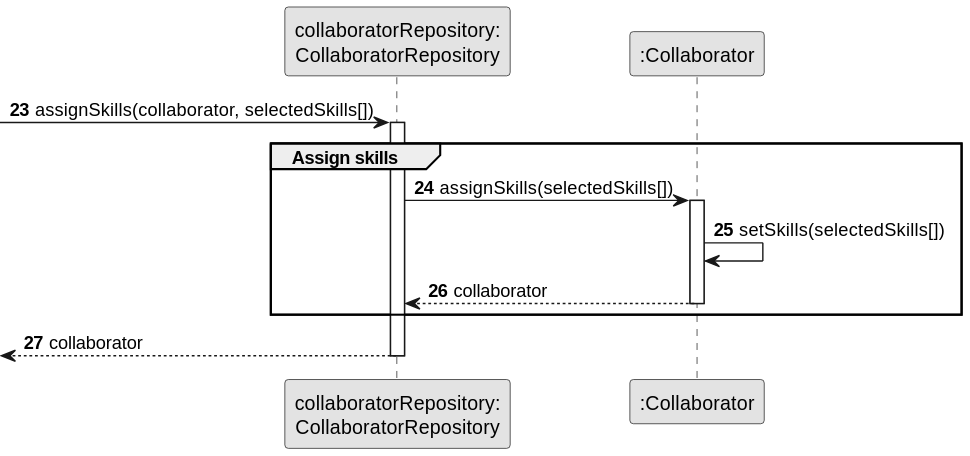
ricardomm7/leaflink keeps this PlantUML diagram as docs/sprintB/us004/03.design/svg/us004-sequence-diagram-partial-assign-skill.svg. Above is the earlier version. Its diagram source:
```plantuml
@startuml
skinparam monochrome true
skinparam packageStyle rectangle
skinparam shadowing false

autonumber 23

participant "collaboratorRepository:\nCollaboratorRepository" as CLBREP
participant ":Collaborator" as CLB

-> CLBREP : assignSkills(collaborator, selectedSkills[])
activate CLBREP
group Assign skills
CLBREP -> CLB : assignSkills(selectedSkills[])
activate CLB
CLB -> CLB : setSkills(selectedSkills[])
CLB --> CLBREP : collaborator
deactivate CLB
end
<-- CLBREP : collaborator
deactivate CLBREP
@enduml
```
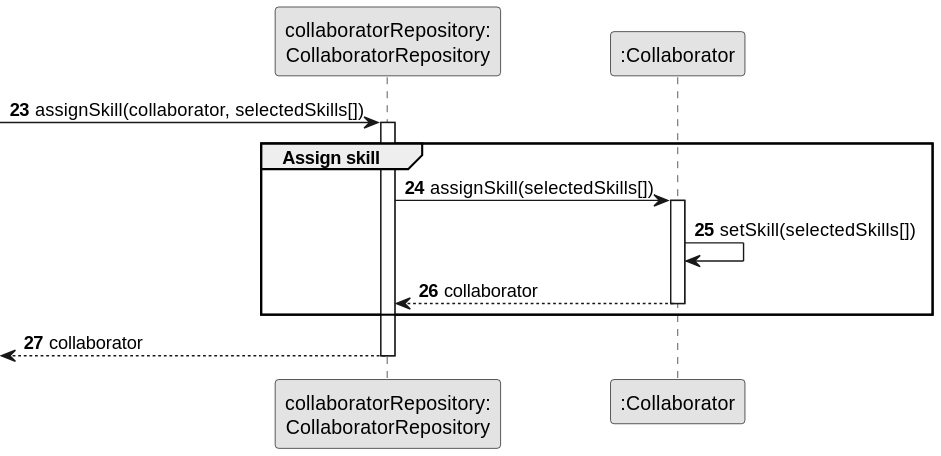
After the commit.

The edit, as a diff of the source:
```diff
@@ -8,12 +8,12 @@
 participant "collaboratorRepository:\nCollaboratorRepository" as CLBREP
 participant ":Collaborator" as CLB
 
--> CLBREP : assignSkills(collaborator, selectedSkills[])
+-> CLBREP : assignSkill(collaborator, selectedSkills[])
 activate CLBREP
-group Assign skills
-CLBREP -> CLB : assignSkills(selectedSkills[])
+group Assign skill
+CLBREP -> CLB : assignSkill(selectedSkills[])
 activate CLB
-CLB -> CLB : setSkills(selectedSkills[])
+CLB -> CLB : setSkill(selectedSkills[])
 CLB --> CLBREP : collaborator
 deactivate CLB
 end
```
